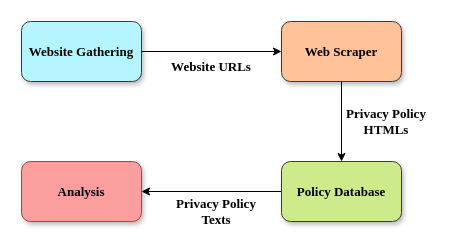
Above: diss_report/Untitled Diagram.drawio in louise26/dissert_project (draw.io), before the change. Source tidied: cells renumbered, new cells numbered last; positions are measured from the earlier drawing's top-left corner, leaving out a move shared by most shapes. Both pictures are drawn from the tidied source at 100%, with x=0, y=0 at pixel (21, 21).
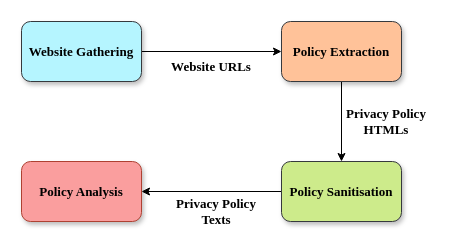
Above is the later version.

Change to the diagram source:
```diff
@@
 <mxGraphModel>
   <root>
     <mxCell id="0" />
     <mxCell id="1" parent="0" />
     <mxCell id="2" style="edgeStyle=orthogonalEdgeStyle;rounded=0;jettySize=auto;html=1;exitX=1;exitY=0.5;exitDx=0;exitDy=0;entryX=0;entryY=0.5;entryDx=0;entryDy=0;" parent="1" edge="1" source="3" target="5">
       <mxGeometry relative="1" as="geometry" />
     </mxCell>
     <mxCell id="3" value="Website Gathering" style="rounded=1;html=1;strokeColor=#36393d;fillColor=#B5F5FF;shadow=1;sketch=0;glass=0;fontFamily=Garamond;fontSize=13;labelBackgroundColor=none;labelBorderColor=none;fontStyle=1;whiteSpace=wrap;spacingTop=0;" parent="1" vertex="1">
       <mxGeometry width="120" height="60" as="geometry" />
     </mxCell>
     <mxCell id="4" style="edgeStyle=orthogonalEdgeStyle;rounded=0;jettySize=auto;html=1;exitX=0.5;exitY=1;exitDx=0;exitDy=0;" parent="1" edge="1" source="5" target="7">
       <mxGeometry relative="1" as="geometry" />
     </mxCell>
-    <mxCell id="5" value="Web Scraper" style="rounded=1;whiteSpace=wrap;html=1;strokeColor=#36393d;fillColor=#FFC299;shadow=1;fontFamily=Garamond;fontSize=13;fontStyle=1;" parent="1" vertex="1">
+    <mxCell id="5" value="Policy Extraction" style="rounded=1;whiteSpace=wrap;html=1;strokeColor=#36393d;fillColor=#FFC299;shadow=1;fontFamily=Garamond;fontSize=13;fontStyle=1;" parent="1" vertex="1">
       <mxGeometry x="260" width="120" height="60" as="geometry" />
     </mxCell>
     <mxCell id="6" style="edgeStyle=orthogonalEdgeStyle;rounded=0;jettySize=auto;html=1;exitX=0;exitY=0.5;exitDx=0;exitDy=0;entryX=1;entryY=0.5;entryDx=0;entryDy=0;" parent="1" edge="1" source="7" target="8">
       <mxGeometry relative="1" as="geometry" />
     </mxCell>
-    <mxCell id="7" value="Policy Database" style="rounded=1;whiteSpace=wrap;html=1;fillColor=#cdeb8b;strokeColor=#36393d;shadow=1;fontFamily=Garamond;fontSize=13;fontStyle=1;" parent="1" vertex="1">
+    <mxCell id="7" value="Policy Sanitisation" style="rounded=1;whiteSpace=wrap;html=1;fillColor=#cdeb8b;strokeColor=#36393d;shadow=1;fontFamily=Garamond;fontSize=13;fontStyle=1;" parent="1" vertex="1">
       <mxGeometry x="260" y="140" width="120" height="60" as="geometry" />
     </mxCell>
-    <mxCell id="8" value="Analysis" style="rounded=1;whiteSpace=wrap;html=1;strokeColor=#ae4132;fillColor=#FA9E9E;shadow=1;fontFamily=Garamond;fontSize=13;fontStyle=1;" parent="1" vertex="1">
+    <mxCell id="8" value="Policy Analysis" style="rounded=1;whiteSpace=wrap;html=1;strokeColor=#ae4132;fillColor=#FA9E9E;shadow=1;fontFamily=Garamond;fontSize=13;fontStyle=1;" parent="1" vertex="1">
       <mxGeometry y="140" width="120" height="60" as="geometry" />
     </mxCell>
     <mxCell id="9" value="&lt;font face=&quot;Garamond&quot; style=&quot;font-size: 13px&quot;&gt;&lt;b&gt;Website URLs&lt;/b&gt;&lt;/font&gt;" style="text;html=1;strokeColor=none;fillColor=none;align=center;verticalAlign=middle;whiteSpace=wrap;rounded=0;" parent="1" vertex="1">
       <mxGeometry x="140" y="30" width="100" height="30" as="geometry" />
     </mxCell>
     <mxCell id="10" value="&lt;font face=&quot;Garamond&quot; style=&quot;font-size: 13px&quot;&gt;&lt;b&gt;Privacy Policy HTMLs&lt;/b&gt;&lt;/font&gt;" style="text;html=1;strokeColor=none;fillColor=none;align=center;verticalAlign=middle;whiteSpace=wrap;rounded=0;" parent="1" vertex="1">
       <mxGeometry x="310" y="90" width="110" height="20" as="geometry" />
     </mxCell>
     <mxCell id="11" value="&lt;font face=&quot;Garamond&quot; size=&quot;1&quot;&gt;&lt;b style=&quot;font-size: 13px&quot;&gt;Privacy Policy Texts&lt;/b&gt;&lt;/font&gt;" style="text;html=1;strokeColor=none;fillColor=none;align=center;verticalAlign=middle;whiteSpace=wrap;rounded=0;" parent="1" vertex="1">
       <mxGeometry x="150" y="180" width="90" height="20" as="geometry" />
     </mxCell>
   </root>
 </mxGraphModel>
```
